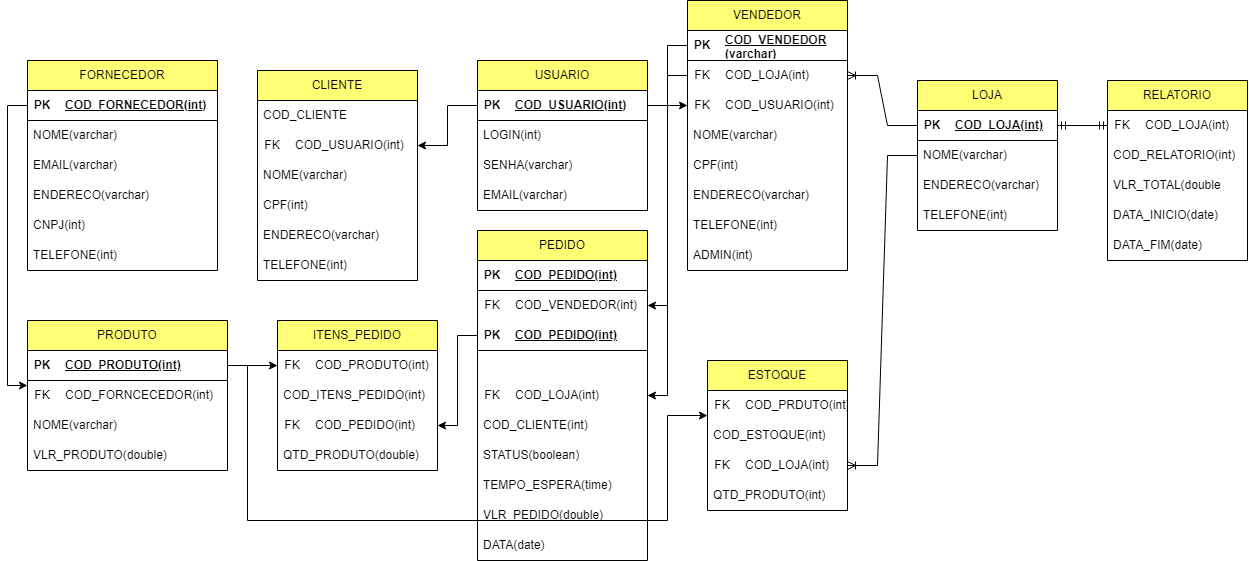
Before: ProjetoLógicoZéDelivery/zedelivery.drawio.png, a diagram exported from draw.io (NicolasKevin2/BD). Source tidied: cells renumbered, new cells last; positions are measured from the earlier drawing's top-left corner, leaving out a move shared by most shapes.
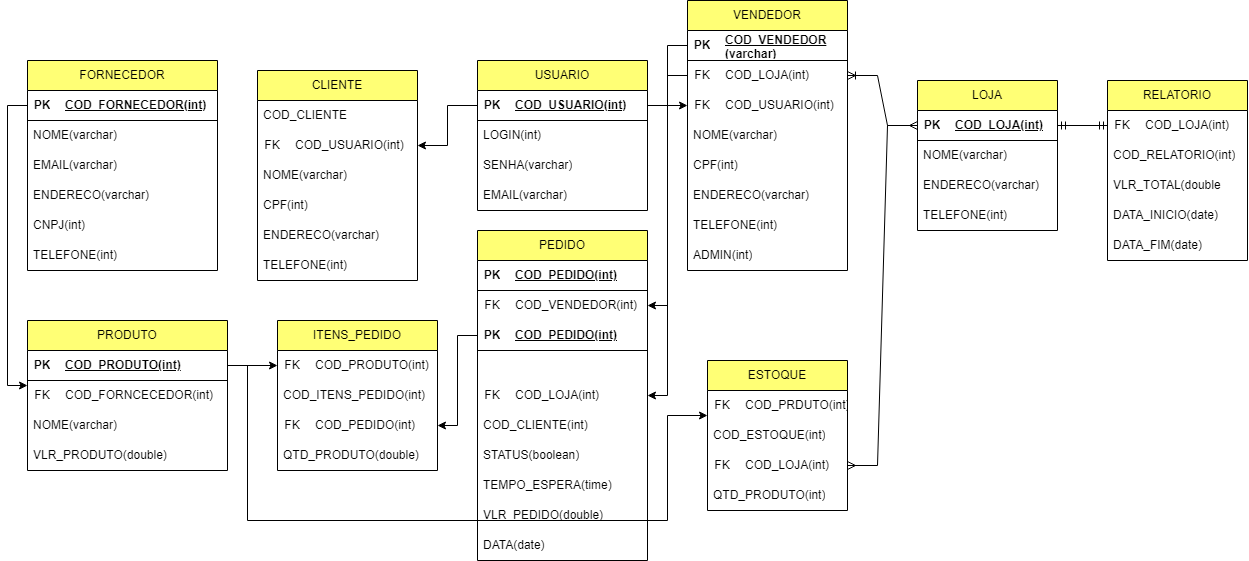
After the commit.

Diff of the diagram source:
```diff
@@ -392,8 +392,8 @@
     <mxCell id="127" style="edgeStyle=entityRelationEdgeStyle;fontSize=12;html=1;endArrow=ERoneToMany;rounded=0;" parent="1" edge="1" source="39" target="25">
       <mxGeometry relative="1" as="geometry" />
     </mxCell>
-    <mxCell id="128" style="edgeStyle=entityRelationEdgeStyle;fontSize=12;html=1;endArrow=ERoneToMany;rounded=0;" parent="1" edge="1" source="37" target="105">
-      <mxGeometry relative="1" as="geometry" />
-    </mxCell>
+    <mxCell id="129" style="edgeStyle=entityRelationEdgeStyle;fontSize=12;html=1;endArrow=ERmany;startArrow=ERmany;rounded=0;" parent="1" edge="1" source="105" target="39">
+      <mxGeometry relative="1" as="geometry" />
+    </mxCell>
   </root>
 </mxGraphModel>
```
